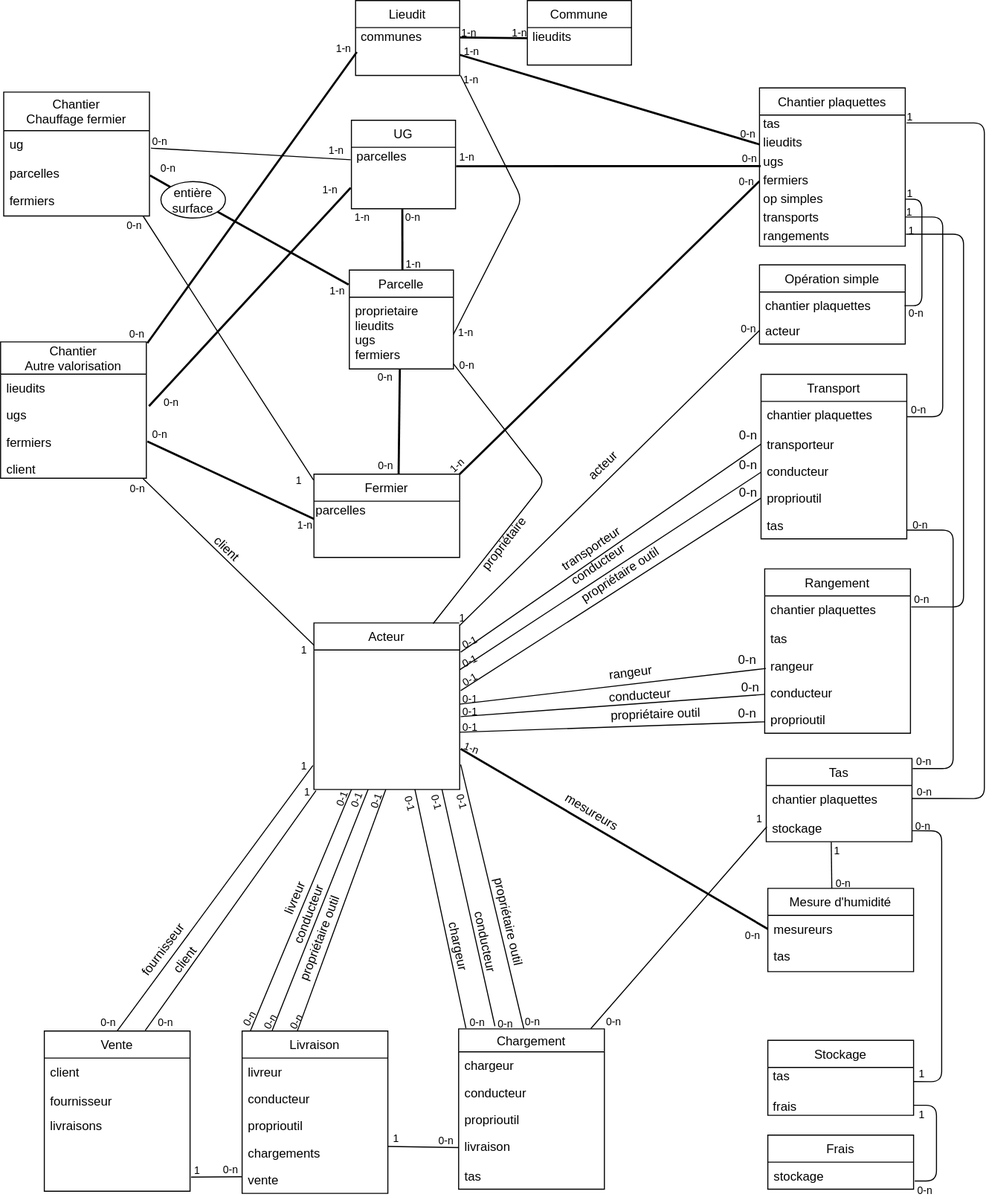
Before: doc/schema-bdd-bdl.svg, a diagram exported from draw.io (bdlarzac/chantiers). Source tidied: cells renumbered, new cells last; positions are measured from the earlier drawing's top-left corner, leaving out a move shared by most shapes.
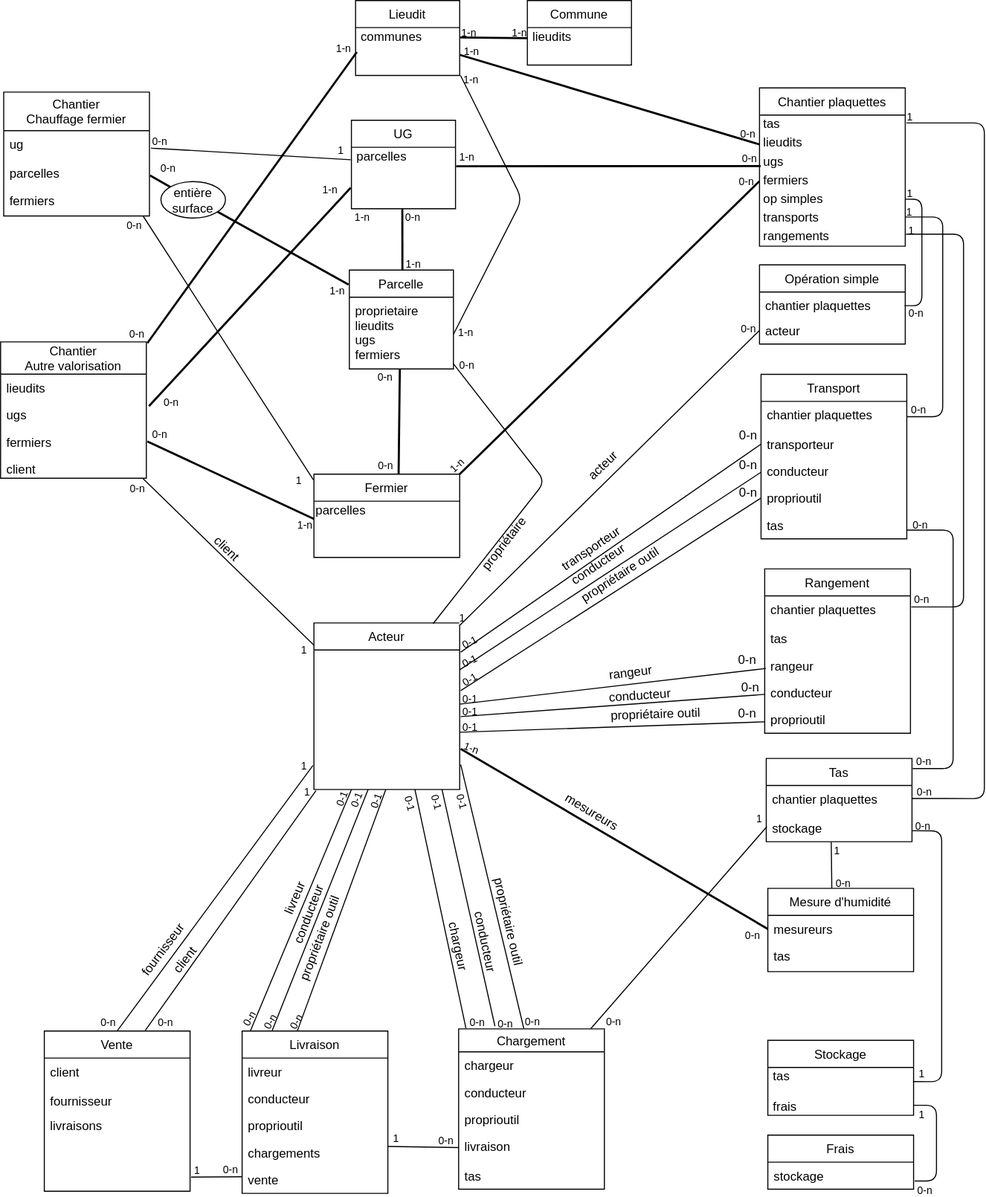
The same diagram one commit later.

What changed in the source:
```diff
@@ -138,7 +138,7 @@
         <mxPoint x="-0.5" y="1.2" as="offset" />
       </mxGeometry>
     </mxCell>
-    <mxCell id="32" value="1-n" style="html=1;align=right;verticalAlign=bottom;labelBackgroundColor=#ffffff;fontSize=10;" parent="30" vertex="1">
+    <mxCell id="32" value="1" style="html=1;align=right;verticalAlign=bottom;labelBackgroundColor=#ffffff;fontSize=10;" parent="30" vertex="1">
       <mxGeometry x="1" relative="1" as="geometry">
         <mxPoint x="-6.4" y="-1.4" as="offset" />
       </mxGeometry>
```
